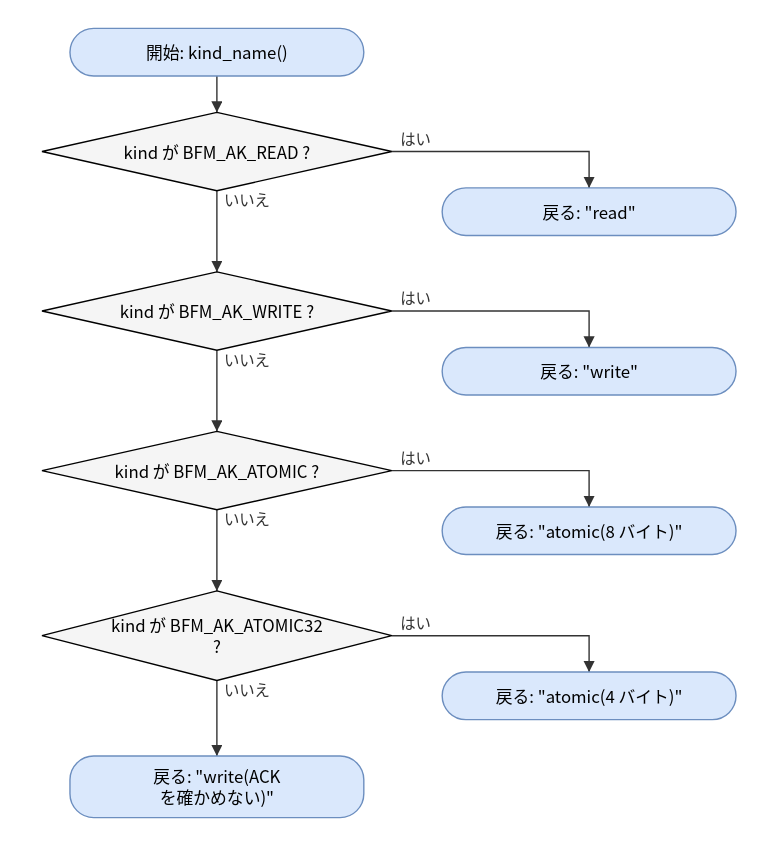
Above: doc/spec/images/flow_src_bfm_async-kind_name.drawio.svg in hf355051012-ai/bfmem (draw.io), before the change. Source tidied: cells renumbered, new cells last; positions are measured from the earlier drawing's top-left corner, leaving out a move shared by most shapes.
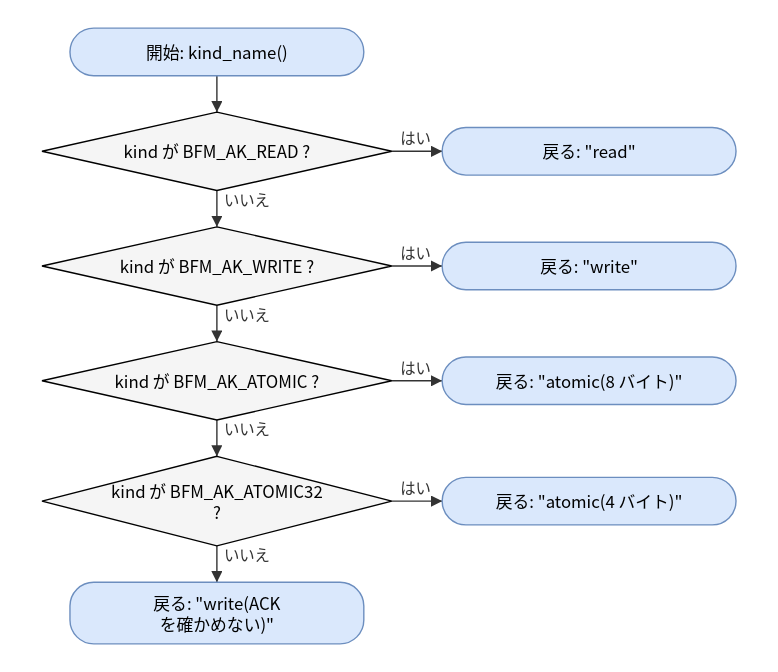
After the change.

Change to the diagram source:
```diff
@@ -9,68 +9,52 @@
       <mxGeometry y="60" width="250" height="56" as="geometry" />
     </mxCell>
     <mxCell id="4" value="戻る: &amp;quot;read&amp;quot;" style="rounded=1;arcSize=50;whiteSpace=wrap;html=1;fillColor=#dae8fc;strokeColor=#6c8ebf;" parent="1" vertex="1">
-      <mxGeometry x="286" y="114" width="210" height="34" as="geometry" />
+      <mxGeometry x="286" y="71" width="210" height="34" as="geometry" />
     </mxCell>
     <mxCell id="5" value="kind が BFM_AK_WRITE ?" style="rhombus;whiteSpace=wrap;html=1;fillColor=#f5f5f5;" parent="1" vertex="1">
-      <mxGeometry y="174" width="250" height="56" as="geometry" />
+      <mxGeometry y="142" width="250" height="56" as="geometry" />
     </mxCell>
     <mxCell id="6" value="戻る: &amp;quot;write&amp;quot;" style="rounded=1;arcSize=50;whiteSpace=wrap;html=1;fillColor=#dae8fc;strokeColor=#6c8ebf;" parent="1" vertex="1">
-      <mxGeometry x="286" y="228" width="210" height="34" as="geometry" />
+      <mxGeometry x="286" y="153" width="210" height="34" as="geometry" />
     </mxCell>
     <mxCell id="7" value="kind が BFM_AK_ATOMIC ?" style="rhombus;whiteSpace=wrap;html=1;fillColor=#f5f5f5;" parent="1" vertex="1">
-      <mxGeometry y="288" width="250" height="56" as="geometry" />
+      <mxGeometry y="224" width="250" height="56" as="geometry" />
     </mxCell>
     <mxCell id="8" value="戻る: &amp;quot;atomic(8 バイト)&amp;quot;" style="rounded=1;arcSize=50;whiteSpace=wrap;html=1;fillColor=#dae8fc;strokeColor=#6c8ebf;" parent="1" vertex="1">
-      <mxGeometry x="286" y="342" width="210" height="34" as="geometry" />
+      <mxGeometry x="286" y="235" width="210" height="34" as="geometry" />
     </mxCell>
     <mxCell id="9" value="kind が BFM_AK_ATOMIC32&lt;br&gt;?" style="rhombus;whiteSpace=wrap;html=1;fillColor=#f5f5f5;" parent="1" vertex="1">
-      <mxGeometry y="402" width="250" height="64" as="geometry" />
+      <mxGeometry y="306" width="250" height="64" as="geometry" />
     </mxCell>
     <mxCell id="10" value="戻る: &amp;quot;atomic(4 バイト)&amp;quot;" style="rounded=1;arcSize=50;whiteSpace=wrap;html=1;fillColor=#dae8fc;strokeColor=#6c8ebf;" parent="1" vertex="1">
-      <mxGeometry x="286" y="460" width="210" height="34" as="geometry" />
+      <mxGeometry x="286" y="321" width="210" height="34" as="geometry" />
     </mxCell>
     <mxCell id="11" value="戻る: &amp;quot;write(ACK&lt;br&gt;を確かめない)&amp;quot;" style="rounded=1;arcSize=50;whiteSpace=wrap;html=1;fillColor=#dae8fc;strokeColor=#6c8ebf;" parent="1" vertex="1">
-      <mxGeometry x="20" y="520" width="210" height="44" as="geometry" />
+      <mxGeometry x="20" y="396" width="210" height="44" as="geometry" />
     </mxCell>
     <mxCell id="12" style="edgeStyle=none;html=1;rounded=0;endArrow=block;endFill=1;exitX=0.5000;exitY=1.0000;exitDx=0;exitDy=0;exitPerimeter=0;entryX=0.5000;entryY=0.0000;entryDx=0;entryDy=0;entryPerimeter=0;" parent="1" edge="1" source="2" target="3">
       <mxGeometry relative="1" as="geometry" />
     </mxCell>
-    <mxCell id="13" value="はい" style="edgeStyle=none;html=1;rounded=0;endArrow=block;endFill=1;exitX=1.0000;exitY=0.5000;exitDx=0;exitDy=0;exitPerimeter=0;entryX=0.5000;entryY=0.0000;entryDx=0;entryDy=0;entryPerimeter=0;" parent="1" edge="1" source="3" target="4">
-      <mxGeometry relative="1" as="geometry">
-        <Array as="points">
-          <mxPoint x="391" y="88" />
-        </Array>
-      </mxGeometry>
+    <mxCell id="13" value="はい" style="edgeStyle=none;html=1;rounded=0;endArrow=block;endFill=1;exitX=1.0000;exitY=0.5000;exitDx=0;exitDy=0;exitPerimeter=0;entryX=0.0000;entryY=0.5000;entryDx=0;entryDy=0;entryPerimeter=0;" parent="1" edge="1" source="3" target="4">
+      <mxGeometry relative="1" as="geometry" />
     </mxCell>
     <mxCell id="14" value="いいえ" style="edgeStyle=none;html=1;rounded=0;endArrow=block;endFill=1;exitX=0.5000;exitY=1.0000;exitDx=0;exitDy=0;exitPerimeter=0;entryX=0.5000;entryY=0.0000;entryDx=0;entryDy=0;entryPerimeter=0;" parent="1" edge="1" source="3" target="5">
       <mxGeometry relative="1" as="geometry" />
     </mxCell>
-    <mxCell id="15" value="はい" style="edgeStyle=none;html=1;rounded=0;endArrow=block;endFill=1;exitX=1.0000;exitY=0.5000;exitDx=0;exitDy=0;exitPerimeter=0;entryX=0.5000;entryY=0.0000;entryDx=0;entryDy=0;entryPerimeter=0;" parent="1" edge="1" source="5" target="6">
-      <mxGeometry relative="1" as="geometry">
-        <Array as="points">
-          <mxPoint x="391" y="202" />
-        </Array>
-      </mxGeometry>
+    <mxCell id="15" value="はい" style="edgeStyle=none;html=1;rounded=0;endArrow=block;endFill=1;exitX=1.0000;exitY=0.5000;exitDx=0;exitDy=0;exitPerimeter=0;entryX=0.0000;entryY=0.5000;entryDx=0;entryDy=0;entryPerimeter=0;" parent="1" edge="1" source="5" target="6">
+      <mxGeometry relative="1" as="geometry" />
     </mxCell>
     <mxCell id="16" value="いいえ" style="edgeStyle=none;html=1;rounded=0;endArrow=block;endFill=1;exitX=0.5000;exitY=1.0000;exitDx=0;exitDy=0;exitPerimeter=0;entryX=0.5000;entryY=0.0000;entryDx=0;entryDy=0;entryPerimeter=0;" parent="1" edge="1" source="5" target="7">
       <mxGeometry relative="1" as="geometry" />
     </mxCell>
-    <mxCell id="17" value="はい" style="edgeStyle=none;html=1;rounded=0;endArrow=block;endFill=1;exitX=1.0000;exitY=0.5000;exitDx=0;exitDy=0;exitPerimeter=0;entryX=0.5000;entryY=0.0000;entryDx=0;entryDy=0;entryPerimeter=0;" parent="1" edge="1" source="7" target="8">
-      <mxGeometry relative="1" as="geometry">
-        <Array as="points">
-          <mxPoint x="391" y="316" />
-        </Array>
-      </mxGeometry>
+    <mxCell id="17" value="はい" style="edgeStyle=none;html=1;rounded=0;endArrow=block;endFill=1;exitX=1.0000;exitY=0.5000;exitDx=0;exitDy=0;exitPerimeter=0;entryX=0.0000;entryY=0.5000;entryDx=0;entryDy=0;entryPerimeter=0;" parent="1" edge="1" source="7" target="8">
+      <mxGeometry relative="1" as="geometry" />
     </mxCell>
     <mxCell id="18" value="いいえ" style="edgeStyle=none;html=1;rounded=0;endArrow=block;endFill=1;exitX=0.5000;exitY=1.0000;exitDx=0;exitDy=0;exitPerimeter=0;entryX=0.5000;entryY=0.0000;entryDx=0;entryDy=0;entryPerimeter=0;" parent="1" edge="1" source="7" target="9">
       <mxGeometry relative="1" as="geometry" />
     </mxCell>
-    <mxCell id="19" value="はい" style="edgeStyle=none;html=1;rounded=0;endArrow=block;endFill=1;exitX=1.0000;exitY=0.5000;exitDx=0;exitDy=0;exitPerimeter=0;entryX=0.5000;entryY=0.0000;entryDx=0;entryDy=0;entryPerimeter=0;" parent="1" edge="1" source="9" target="10">
-      <mxGeometry relative="1" as="geometry">
-        <Array as="points">
-          <mxPoint x="391" y="434" />
-        </Array>
-      </mxGeometry>
+    <mxCell id="19" value="はい" style="edgeStyle=none;html=1;rounded=0;endArrow=block;endFill=1;exitX=1.0000;exitY=0.5000;exitDx=0;exitDy=0;exitPerimeter=0;entryX=0.0000;entryY=0.5000;entryDx=0;entryDy=0;entryPerimeter=0;" parent="1" edge="1" source="9" target="10">
+      <mxGeometry relative="1" as="geometry" />
     </mxCell>
     <mxCell id="20" value="いいえ" style="edgeStyle=none;html=1;rounded=0;endArrow=block;endFill=1;exitX=0.5000;exitY=1.0000;exitDx=0;exitDy=0;exitPerimeter=0;entryX=0.5000;entryY=0.0000;entryDx=0;entryDy=0;entryPerimeter=0;" parent="1" edge="1" source="9" target="11">
       <mxGeometry relative="1" as="geometry" />
```
